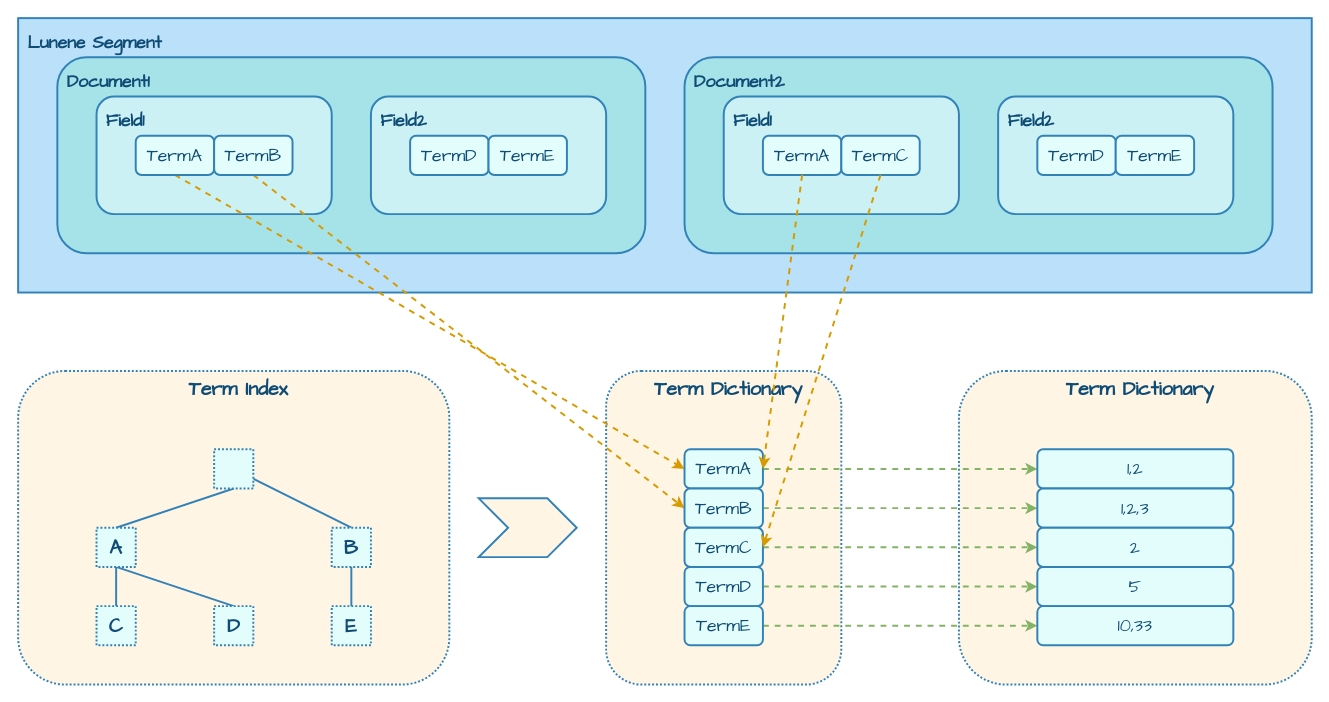
This is page "倒排索引2" (4 of 4) of assets/数据库/搜索引擎数据库/Elasticsearch存储.drawio from dunwu/waterdrop, a draw.io file, before an edit. Source tidied: cells renumbered, new cells numbered last; positions are measured from the earlier drawing's top-left corner, leaving out a move shared by most shapes. Both pictures are drawn from the tidied source at 98%, with x=0, y=0 at pixel (18, 18).
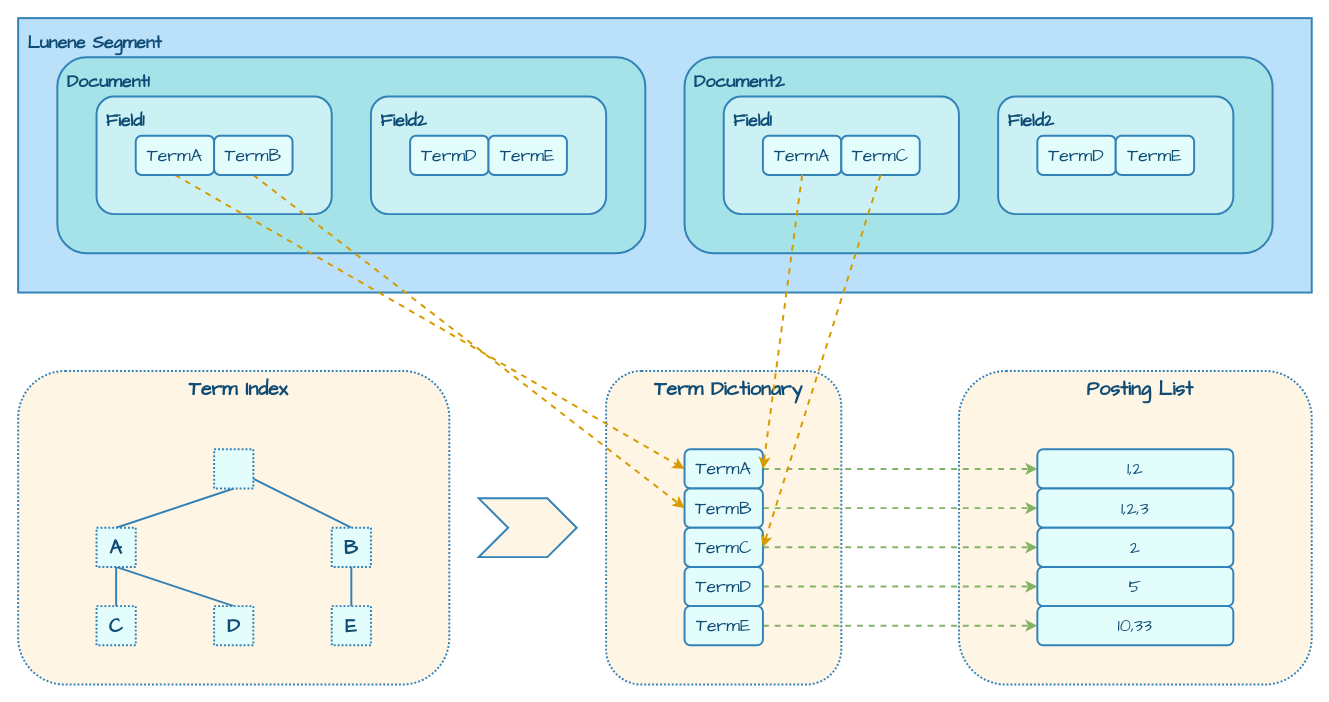
The same page after the edit.

Change to the diagram source:
```diff
@@
-    <mxCell id="2" value="Term Dictionary" style="rounded=1;whiteSpace=wrap;html=1;strokeColor=#3282B8;fillColor=#FFF5E4;fontFamily=Comic Sans MS;fontStyle=1;fontColor=#0F4C75;shadow=0;fontSize=20;strokeWidth=2;dashed=1;dashPattern=1 1;align=center;verticalAlign=top;spacingLeft=10;" parent="1" vertex="1">
+    <mxCell id="2" value="Posting List" style="rounded=1;whiteSpace=wrap;html=1;strokeColor=#3282B8;fillColor=#FFF5E4;fontFamily=Comic Sans MS;fontStyle=1;fontColor=#0F4C75;shadow=0;fontSize=20;strokeWidth=2;dashed=1;dashPattern=1 1;align=center;verticalAlign=top;spacingLeft=10;" parent="1" vertex="1">
       <mxGeometry x="960" y="360" width="360" height="320" as="geometry" />
     </mxCell>
```
